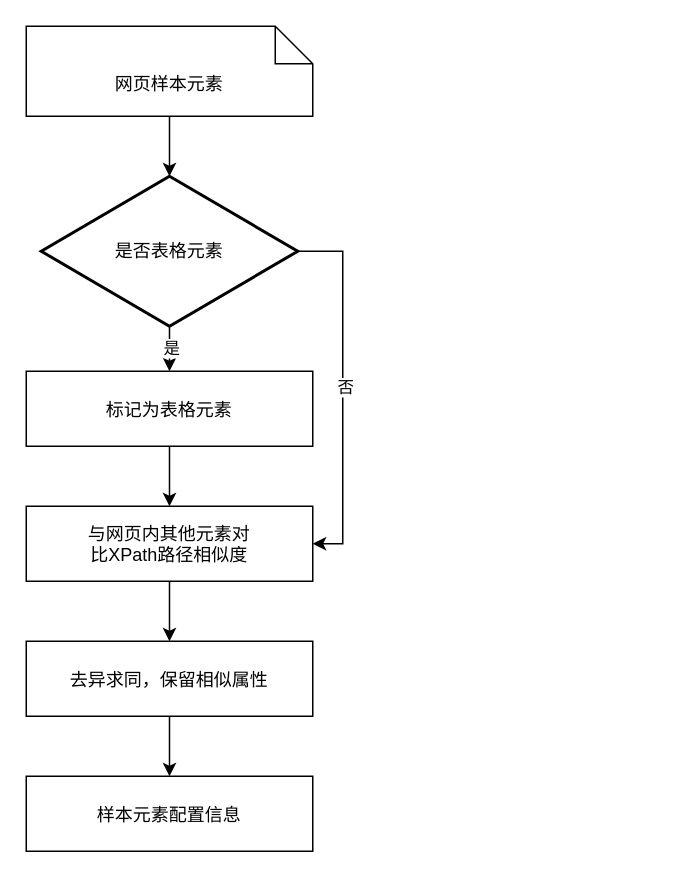
ColonelDarcy2018/excelsior keeps this draw.io diagram as 数据采集发明方案图二.drawio. Above is the earlier version. Source tidied: cells renumbered, new cells numbered last; positions are measured from the earlier drawing's top-left corner, leaving out a move shared by most shapes. Both pictures are drawn from the tidied source at 150%, with x=0, y=0 at pixel (26, 26).
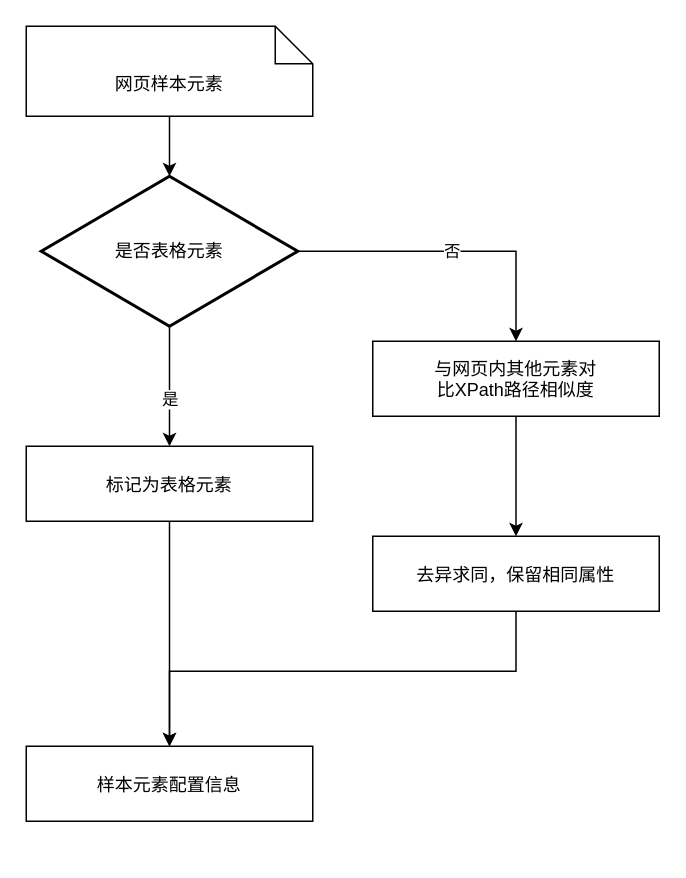
The same page after the edit.

Commit message:
更新数据采集发明方案图二.drawio

The edit, as a diff of the source:
```diff
@@
 <mxGraphModel>
   <root>
     <mxCell id="0" />
     <mxCell id="1" parent="0" />
     <mxCell id="2" style="edgeStyle=orthogonalEdgeStyle;rounded=0;jettySize=auto;html=1;" parent="1" edge="1" source="3" target="10">
       <mxGeometry relative="1" as="geometry" />
     </mxCell>
     <mxCell id="3" value="网页样本元素" style="shape=note2;boundedLbl=1;whiteSpace=wrap;html=1;size=25;verticalAlign=top;align=center;" parent="1" vertex="1">
       <mxGeometry width="191" height="60" as="geometry" />
     </mxCell>
     <mxCell id="4" style="edgeStyle=orthogonalEdgeStyle;rounded=0;jettySize=auto;html=1;entryX=0.5;entryY=0;entryDx=0;entryDy=0;" parent="1" edge="1" source="5" target="14">
       <mxGeometry relative="1" as="geometry" />
     </mxCell>
     <mxCell id="5" value="与网页内其他元素对&#10;比XPath路径相似度" style="fontStyle=0;fontSize=12;" parent="1" vertex="1">
-      <mxGeometry y="320" width="191" height="50" as="geometry" />
+      <mxGeometry x="231" y="210" width="191" height="50" as="geometry" />
     </mxCell>
     <mxCell id="6" style="edgeStyle=orthogonalEdgeStyle;rounded=0;jettySize=auto;html=1;entryX=0.5;entryY=0;entryDx=0;entryDy=0;" parent="1" edge="1" source="10" target="12">
       <mxGeometry relative="1" as="geometry" />
     </mxCell>
     <mxCell id="7" value="是" style="edgeLabel;html=1;align=center;verticalAlign=middle;" parent="6" vertex="1">
-      <mxGeometry x="0.34" y="1" relative="1" as="geometry" />
+      <mxGeometry x="0.34" y="1" relative="1" as="geometry">
+        <mxPoint x="-1" y="-6" as="offset" />
+      </mxGeometry>
     </mxCell>
-    <mxCell id="8" style="edgeStyle=orthogonalEdgeStyle;rounded=0;jettySize=auto;html=1;entryX=1;entryY=0.5;entryDx=0;entryDy=0;" parent="1" edge="1" source="10" target="5">
-      <mxGeometry relative="1" as="geometry">
-        <Array as="points">
-          <mxPoint x="211" y="150" />
-          <mxPoint x="211" y="345" />
-        </Array>
-      </mxGeometry>
-    </mxCell>
-    <mxCell id="9" value="否" style="edgeLabel;html=1;align=center;verticalAlign=middle;" parent="8" vertex="1">
-      <mxGeometry x="-0.02" y="1" relative="1" as="geometry" />
+    <mxCell id="9" value="否" style="edgeStyle=orthogonalEdgeStyle;rounded=0;jettySize=auto;html=1;entryX=0.5;entryY=0;entryDx=0;entryDy=0;" parent="1" edge="1" source="10" target="5">
+      <mxGeometry relative="1" as="geometry" />
     </mxCell>
     <mxCell id="10" value="是否表格元素" style="strokeWidth=2;html=1;shape=mxgraph.flowchart.decision;whiteSpace=wrap;" parent="1" vertex="1">
       <mxGeometry x="10" y="100" width="171" height="100" as="geometry" />
     </mxCell>
-    <mxCell id="11" style="edgeStyle=orthogonalEdgeStyle;rounded=0;jettySize=auto;html=1;entryX=0.5;entryY=0;entryDx=0;entryDy=0;" parent="1" edge="1" source="12" target="5">
-      <mxGeometry relative="1" as="geometry" />
-    </mxCell>
+    <mxCell id="16" style="edgeStyle=orthogonalEdgeStyle;rounded=0;jettySize=auto;html=1;entryX=0.5;entryY=0;entryDx=0;entryDy=0;" parent="1" edge="1" source="12" target="15">
+      <mxGeometry relative="1" as="geometry" />
+    </mxCell>
     <mxCell id="12" value="标记为表格元素" style="fontStyle=0;fontSize=12;" parent="1" vertex="1">
-      <mxGeometry y="230" width="191" height="50" as="geometry" />
+      <mxGeometry y="280" width="191" height="50" as="geometry" />
     </mxCell>
     <mxCell id="13" style="edgeStyle=orthogonalEdgeStyle;rounded=0;jettySize=auto;html=1;entryX=0.5;entryY=0;entryDx=0;entryDy=0;" parent="1" edge="1" source="14" target="15">
-      <mxGeometry relative="1" as="geometry" />
+      <mxGeometry relative="1" as="geometry">
+        <Array as="points">
+          <mxPoint x="327" y="430" />
+          <mxPoint x="96" y="430" />
+        </Array>
+      </mxGeometry>
     </mxCell>
-    <mxCell id="14" value="去异求同，保留相似属性" style="fontStyle=0;fontSize=12;" parent="1" vertex="1">
-      <mxGeometry y="410" width="191" height="50" as="geometry" />
+    <mxCell id="14" value="去异求同，保留相同属性" style="fontStyle=0;fontSize=12;" parent="1" vertex="1">
+      <mxGeometry x="231" y="340" width="191" height="50" as="geometry" />
     </mxCell>
     <mxCell id="15" value="样本元素配置信息" style="fontStyle=0;fontSize=12;" parent="1" vertex="1">
-      <mxGeometry y="500" width="191" height="50" as="geometry" />
+      <mxGeometry y="480" width="191" height="50" as="geometry" />
     </mxCell>
   </root>
 </mxGraphModel>
```
